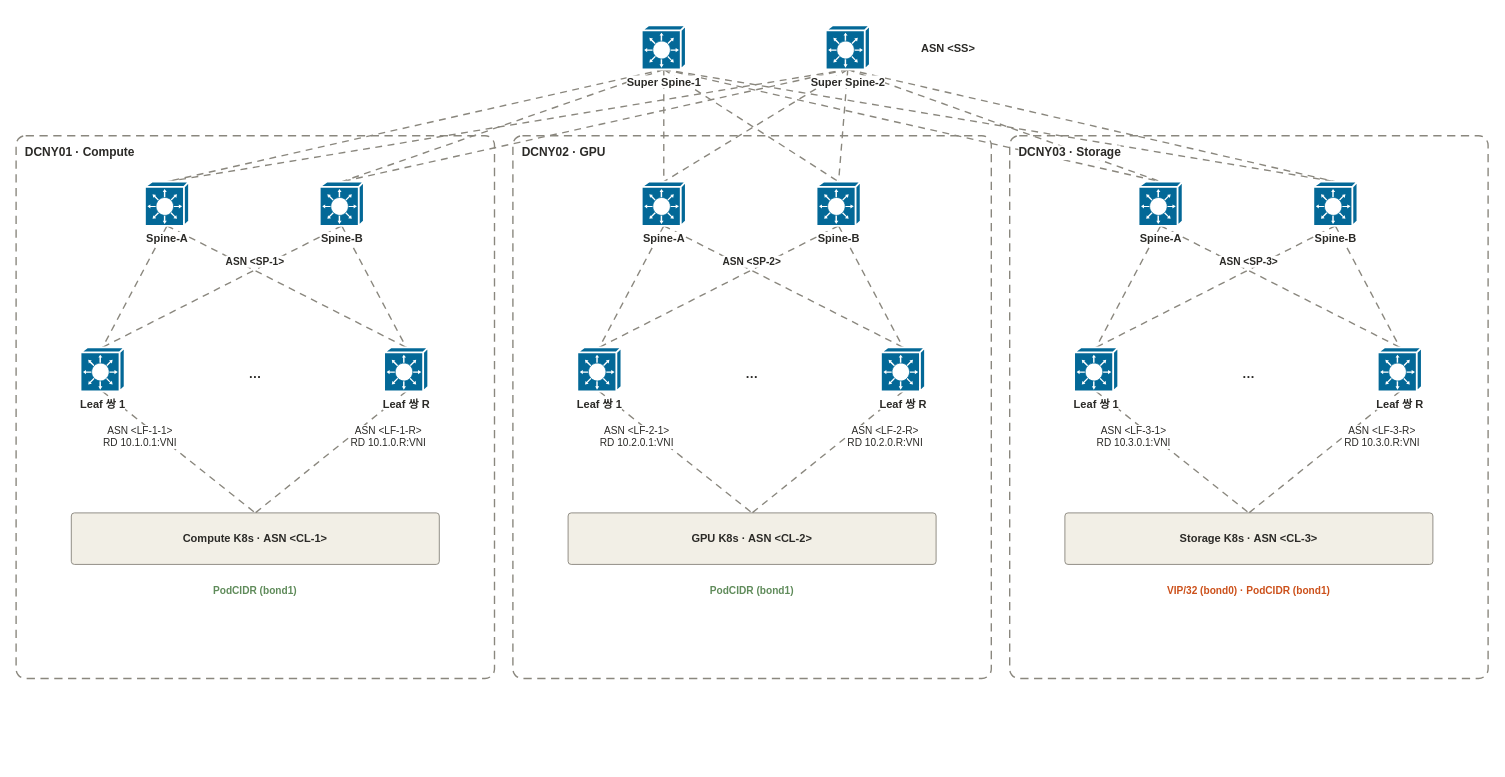
This is architecture/y1-nw-review/drawio/N-3.drawio from riverjin839/devopser, a draw.io file, before an edit. Source tidied: cells renumbered, new cells numbered last; positions are measured from the earlier drawing's top-left corner, leaving out a move shared by most shapes. Both pictures are drawn from the tidied source at 92%, with x=0, y=0 at pixel (16, 25).
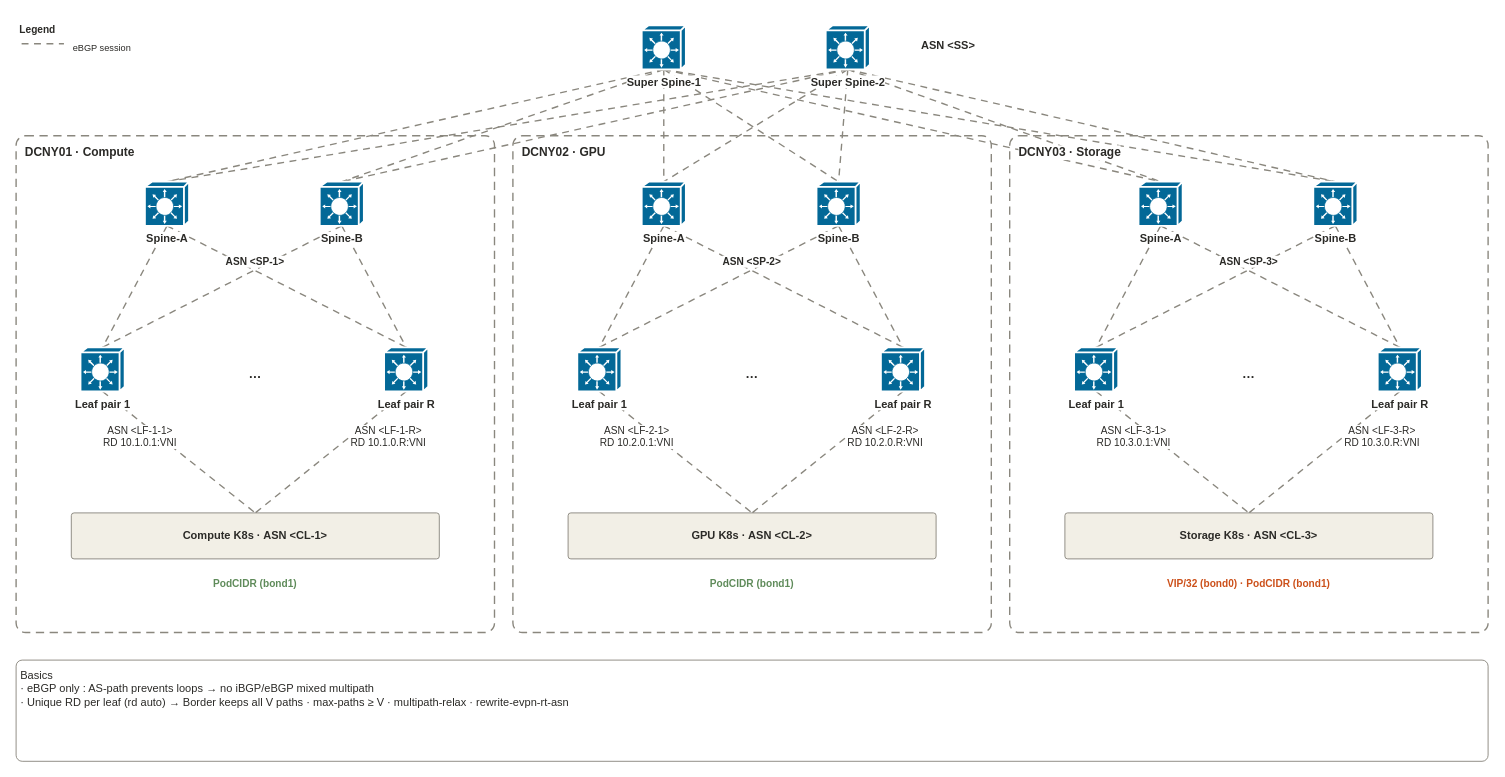
Above is the later version.

Change to the diagram source:
```diff
@@
     <mxCell id="2" style="rounded=1;arcSize=2;html=1;fillColor=none;strokeColor=#8A877E;dashed=1;dashPattern=6 4;strokeWidth=1.5;align=left;verticalAlign=top;spacingLeft=8;spacingTop=2;fontFamily=Noto Sans KR,Malgun Gothic,Apple SD Gothic Neo,sans-serif;fontSize=13;fontStyle=1;fontColor=#2B2A27;" parent="1" vertex="1">
-      <mxGeometry y="120" width="520" height="590" as="geometry" />
+      <mxGeometry y="120" width="520" height="540" as="geometry" />
     </mxCell>
     <mxCell id="3" style="rounded=1;arcSize=2;html=1;fillColor=none;strokeColor=#8A877E;dashed=1;dashPattern=6 4;strokeWidth=1.5;align=left;verticalAlign=top;spacingLeft=8;spacingTop=2;fontFamily=Noto Sans KR,Malgun Gothic,Apple SD Gothic Neo,sans-serif;fontSize=13;fontStyle=1;fontColor=#2B2A27;" parent="1" vertex="1">
-      <mxGeometry x="540" y="120" width="520" height="590" as="geometry" />
+      <mxGeometry x="540" y="120" width="520" height="540" as="geometry" />
     </mxCell>
     <mxCell id="4" style="rounded=1;arcSize=2;html=1;fillColor=none;strokeColor=#8A877E;dashed=1;dashPattern=6 4;strokeWidth=1.5;align=left;verticalAlign=top;spacingLeft=8;spacingTop=2;fontFamily=Noto Sans KR,Malgun Gothic,Apple SD Gothic Neo,sans-serif;fontSize=13;fontStyle=1;fontColor=#2B2A27;" parent="1" vertex="1">
-      <mxGeometry x="1080" y="120" width="520" height="590" as="geometry" />
+      <mxGeometry x="1080" y="120" width="520" height="540" as="geometry" />
     </mxCell>
@@
+    <mxCell id="71" style="edgeStyle=none;orthogonal=0;rounded=0;html=1;strokeColor=#8A877E;strokeWidth=1.5;endArrow=none;endFill=1;startArrow=none;fontFamily=Noto Sans KR,Malgun Gothic,Apple SD Gothic Neo,sans-serif;fontSize=10;fontColor=#2B2A27;fontStyle=1;labelBackgroundColor=#FFFFFF;dashed=1;dashPattern=5 4;" parent="1" edge="1">
+      <mxGeometry relative="1" as="geometry">
+        <mxPoint x="6" y="20" as="sourcePoint" />
+        <mxPoint x="52" y="20" as="targetPoint" />
+      </mxGeometry>
+    </mxCell>
@@
     <mxCell id="37" value="ASN &amp;lt;SS&amp;gt;" style="text;html=1;whiteSpace=wrap;align=left;verticalAlign=top;spacing=4;fontFamily=Noto Sans KR,Malgun Gothic,Apple SD Gothic Neo,sans-serif;fontSize=12;fontColor=#2B2A27;fontStyle=1;labelBackgroundColor=#FFFFFF;" parent="1" vertex="1">
-      <mxGeometry x="980" y="10" width="200" height="26" as="geometry" />
+      <mxGeometry x="980" y="6" width="200" height="26" as="geometry" />
     </mxCell>
@@
-    <mxCell id="42" value="Leaf 쌍 1" style="sketch=0;html=1;dashed=0;fillColor=#036897;strokeColor=#ffffff;strokeWidth=2;verticalLabelPosition=bottom;verticalAlign=top;align=center;shape=mxgraph.cisco.switches.layer_3_switch;fontFamily=Noto Sans KR,Malgun Gothic,Apple SD Gothic Neo,sans-serif;fontSize=12;fontColor=#2B2A27;labelBackgroundColor=#FFFFFF;fontStyle=1;" parent="1" vertex="1">
+    <mxCell id="42" value="Leaf pair 1" style="sketch=0;html=1;dashed=0;fillColor=#036897;strokeColor=#ffffff;strokeWidth=2;verticalLabelPosition=bottom;verticalAlign=top;align=center;shape=mxgraph.cisco.switches.layer_3_switch;fontFamily=Noto Sans KR,Malgun Gothic,Apple SD Gothic Neo,sans-serif;fontSize=12;fontColor=#2B2A27;labelBackgroundColor=#FFFFFF;fontStyle=1;" parent="1" vertex="1">
       <mxGeometry x="70" y="350" width="48" height="48" as="geometry" />
     </mxCell>
-    <mxCell id="43" value="Leaf 쌍 R" style="sketch=0;html=1;dashed=0;fillColor=#036897;strokeColor=#ffffff;strokeWidth=2;verticalLabelPosition=bottom;verticalAlign=top;align=center;shape=mxgraph.cisco.switches.layer_3_switch;fontFamily=Noto Sans KR,Malgun Gothic,Apple SD Gothic Neo,sans-serif;fontSize=12;fontColor=#2B2A27;labelBackgroundColor=#FFFFFF;fontStyle=1;" parent="1" vertex="1">
+    <mxCell id="43" value="Leaf pair R" style="sketch=0;html=1;dashed=0;fillColor=#036897;strokeColor=#ffffff;strokeWidth=2;verticalLabelPosition=bottom;verticalAlign=top;align=center;shape=mxgraph.cisco.switches.layer_3_switch;fontFamily=Noto Sans KR,Malgun Gothic,Apple SD Gothic Neo,sans-serif;fontSize=12;fontColor=#2B2A27;labelBackgroundColor=#FFFFFF;fontStyle=1;" parent="1" vertex="1">
       <mxGeometry x="400" y="350" width="48" height="48" as="geometry" />
     </mxCell>
@@
     <mxCell id="47" value="Compute K8s · ASN &amp;lt;CL-1&amp;gt;" style="rounded=1;arcSize=6;html=1;whiteSpace=wrap;fillColor=#F2EFE6;strokeColor=#8A877E;align=center;verticalAlign=middle;spacing=5;fontFamily=Noto Sans KR,Malgun Gothic,Apple SD Gothic Neo,sans-serif;fontSize=12;fontColor=#2B2A27;fontStyle=1;" parent="1" vertex="1">
-      <mxGeometry x="60" y="530" width="400" height="56" as="geometry" />
+      <mxGeometry x="60" y="530" width="400" height="50" as="geometry" />
     </mxCell>
     <mxCell id="48" value="PodCIDR (bond1)" style="text;html=1;whiteSpace=wrap;align=center;verticalAlign=top;spacing=4;fontFamily=Noto Sans KR,Malgun Gothic,Apple SD Gothic Neo,sans-serif;fontSize=11;fontColor=#5F8B5A;fontStyle=1;labelBackgroundColor=#FFFFFF;" parent="1" vertex="1">
-      <mxGeometry x="60" y="600" width="400" height="30" as="geometry" />
+      <mxGeometry x="60" y="592" width="400" height="30" as="geometry" />
     </mxCell>
@@
-    <mxCell id="53" value="Leaf 쌍 1" style="sketch=0;html=1;dashed=0;fillColor=#036897;strokeColor=#ffffff;strokeWidth=2;verticalLabelPosition=bottom;verticalAlign=top;align=center;shape=mxgraph.cisco.switches.layer_3_switch;fontFamily=Noto Sans KR,Malgun Gothic,Apple SD Gothic Neo,sans-serif;fontSize=12;fontColor=#2B2A27;labelBackgroundColor=#FFFFFF;fontStyle=1;" parent="1" vertex="1">
+    <mxCell id="53" value="Leaf pair 1" style="sketch=0;html=1;dashed=0;fillColor=#036897;strokeColor=#ffffff;strokeWidth=2;verticalLabelPosition=bottom;verticalAlign=top;align=center;shape=mxgraph.cisco.switches.layer_3_switch;fontFamily=Noto Sans KR,Malgun Gothic,Apple SD Gothic Neo,sans-serif;fontSize=12;fontColor=#2B2A27;labelBackgroundColor=#FFFFFF;fontStyle=1;" parent="1" vertex="1">
       <mxGeometry x="610" y="350" width="48" height="48" as="geometry" />
     </mxCell>
-    <mxCell id="54" value="Leaf 쌍 R" style="sketch=0;html=1;dashed=0;fillColor=#036897;strokeColor=#ffffff;strokeWidth=2;verticalLabelPosition=bottom;verticalAlign=top;align=center;shape=mxgraph.cisco.switches.layer_3_switch;fontFamily=Noto Sans KR,Malgun Gothic,Apple SD Gothic Neo,sans-serif;fontSize=12;fontColor=#2B2A27;labelBackgroundColor=#FFFFFF;fontStyle=1;" parent="1" vertex="1">
+    <mxCell id="54" value="Leaf pair R" style="sketch=0;html=1;dashed=0;fillColor=#036897;strokeColor=#ffffff;strokeWidth=2;verticalLabelPosition=bottom;verticalAlign=top;align=center;shape=mxgraph.cisco.switches.layer_3_switch;fontFamily=Noto Sans KR,Malgun Gothic,Apple SD Gothic Neo,sans-serif;fontSize=12;fontColor=#2B2A27;labelBackgroundColor=#FFFFFF;fontStyle=1;" parent="1" vertex="1">
       <mxGeometry x="940" y="350" width="48" height="48" as="geometry" />
     </mxCell>
@@
     <mxCell id="58" value="GPU K8s · ASN &amp;lt;CL-2&amp;gt;" style="rounded=1;arcSize=6;html=1;whiteSpace=wrap;fillColor=#F2EFE6;strokeColor=#8A877E;align=center;verticalAlign=middle;spacing=5;fontFamily=Noto Sans KR,Malgun Gothic,Apple SD Gothic Neo,sans-serif;fontSize=12;fontColor=#2B2A27;fontStyle=1;" parent="1" vertex="1">
-      <mxGeometry x="600" y="530" width="400" height="56" as="geometry" />
+      <mxGeometry x="600" y="530" width="400" height="50" as="geometry" />
     </mxCell>
     <mxCell id="59" value="PodCIDR (bond1)" style="text;html=1;whiteSpace=wrap;align=center;verticalAlign=top;spacing=4;fontFamily=Noto Sans KR,Malgun Gothic,Apple SD Gothic Neo,sans-serif;fontSize=11;fontColor=#5F8B5A;fontStyle=1;labelBackgroundColor=#FFFFFF;" parent="1" vertex="1">
-      <mxGeometry x="600" y="600" width="400" height="30" as="geometry" />
+      <mxGeometry x="600" y="592" width="400" height="30" as="geometry" />
     </mxCell>
@@
-    <mxCell id="64" value="Leaf 쌍 1" style="sketch=0;html=1;dashed=0;fillColor=#036897;strokeColor=#ffffff;strokeWidth=2;verticalLabelPosition=bottom;verticalAlign=top;align=center;shape=mxgraph.cisco.switches.layer_3_switch;fontFamily=Noto Sans KR,Malgun Gothic,Apple SD Gothic Neo,sans-serif;fontSize=12;fontColor=#2B2A27;labelBackgroundColor=#FFFFFF;fontStyle=1;" parent="1" vertex="1">
+    <mxCell id="64" value="Leaf pair 1" style="sketch=0;html=1;dashed=0;fillColor=#036897;strokeColor=#ffffff;strokeWidth=2;verticalLabelPosition=bottom;verticalAlign=top;align=center;shape=mxgraph.cisco.switches.layer_3_switch;fontFamily=Noto Sans KR,Malgun Gothic,Apple SD Gothic Neo,sans-serif;fontSize=12;fontColor=#2B2A27;labelBackgroundColor=#FFFFFF;fontStyle=1;" parent="1" vertex="1">
       <mxGeometry x="1150" y="350" width="48" height="48" as="geometry" />
     </mxCell>
-    <mxCell id="65" value="Leaf 쌍 R" style="sketch=0;html=1;dashed=0;fillColor=#036897;strokeColor=#ffffff;strokeWidth=2;verticalLabelPosition=bottom;verticalAlign=top;align=center;shape=mxgraph.cisco.switches.layer_3_switch;fontFamily=Noto Sans KR,Malgun Gothic,Apple SD Gothic Neo,sans-serif;fontSize=12;fontColor=#2B2A27;labelBackgroundColor=#FFFFFF;fontStyle=1;" parent="1" vertex="1">
+    <mxCell id="65" value="Leaf pair R" style="sketch=0;html=1;dashed=0;fillColor=#036897;strokeColor=#ffffff;strokeWidth=2;verticalLabelPosition=bottom;verticalAlign=top;align=center;shape=mxgraph.cisco.switches.layer_3_switch;fontFamily=Noto Sans KR,Malgun Gothic,Apple SD Gothic Neo,sans-serif;fontSize=12;fontColor=#2B2A27;labelBackgroundColor=#FFFFFF;fontStyle=1;" parent="1" vertex="1">
       <mxGeometry x="1480" y="350" width="48" height="48" as="geometry" />
     </mxCell>
@@
     <mxCell id="69" value="Storage K8s · ASN &amp;lt;CL-3&amp;gt;" style="rounded=1;arcSize=6;html=1;whiteSpace=wrap;fillColor=#F2EFE6;strokeColor=#8A877E;align=center;verticalAlign=middle;spacing=5;fontFamily=Noto Sans KR,Malgun Gothic,Apple SD Gothic Neo,sans-serif;fontSize=12;fontColor=#2B2A27;fontStyle=1;" parent="1" vertex="1">
-      <mxGeometry x="1140" y="530" width="400" height="56" as="geometry" />
+      <mxGeometry x="1140" y="530" width="400" height="50" as="geometry" />
     </mxCell>
     <mxCell id="70" value="VIP/32 (bond0) · PodCIDR (bond1)" style="text;html=1;whiteSpace=wrap;align=center;verticalAlign=top;spacing=4;fontFamily=Noto Sans KR,Malgun Gothic,Apple SD Gothic Neo,sans-serif;fontSize=11;fontColor=#CC501A;fontStyle=1;labelBackgroundColor=#FFFFFF;" parent="1" vertex="1">
-      <mxGeometry x="1140" y="600" width="400" height="30" as="geometry" />
+      <mxGeometry x="1140" y="592" width="400" height="30" as="geometry" />
     </mxCell>
+    <mxCell id="72" value="Basics&lt;br&gt;· eBGP only : AS-path prevents loops → no iBGP/eBGP mixed multipath&lt;br&gt;· Unique RD per leaf (rd auto) → Border keeps all V paths · max-paths ≥ V · multipath-relax · rewrite-evpn-rt-asn" style="rounded=1;arcSize=6;html=1;whiteSpace=wrap;fillColor=#FFFFFF;strokeColor=#8A877E;align=left;verticalAlign=top;spacing=5;fontFamily=Noto Sans KR,Malgun Gothic,Apple SD Gothic Neo,sans-serif;fontSize=12;fontColor=#2B2A27;" parent="1" vertex="1">
+      <mxGeometry y="690" width="1600" height="110" as="geometry" />
+    </mxCell>
+    <mxCell id="73" value="Legend" style="text;html=1;whiteSpace=wrap;align=left;verticalAlign=top;spacing=4;fontFamily=Noto Sans KR,Malgun Gothic,Apple SD Gothic Neo,sans-serif;fontSize=11;fontColor=#2B2A27;fontStyle=1;labelBackgroundColor=#FFFFFF;" parent="1" vertex="1">
+      <mxGeometry y="-10" width="230" height="22" as="geometry" />
+    </mxCell>
+    <mxCell id="74" value="eBGP session" style="text;html=1;whiteSpace=wrap;align=left;verticalAlign=top;spacing=4;fontFamily=Noto Sans KR,Malgun Gothic,Apple SD Gothic Neo,sans-serif;fontSize=10;fontColor=#2B2A27;labelBackgroundColor=#FFFFFF;" parent="1" vertex="1">
+      <mxGeometry x="58" y="10" width="190" height="20" as="geometry" />
+    </mxCell>
```
